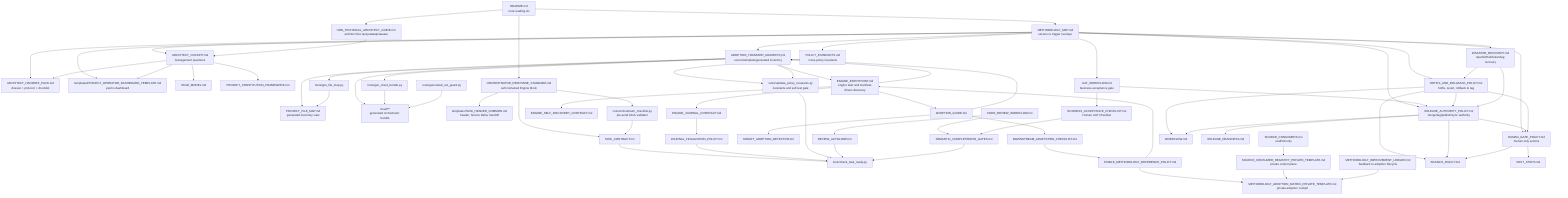
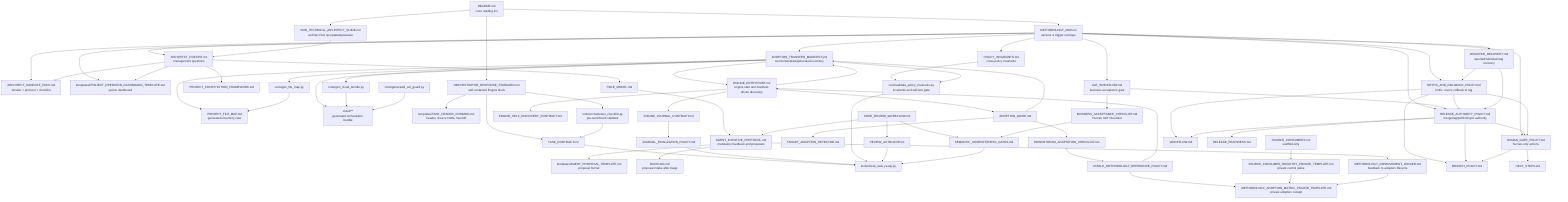
flowchart TB
  README["README.md<br/>Core reading-list"]
  MAP["METHODOLOGY_MAP.md<br/>каталог и trigger overlays"]
  MANIFEST["ADOPTION_TRANSFER_MANIFEST.yml<br/>source/template/generated inventory"]
  FILEMAP["PROJECT_FILE_MAP.md<br/>generated inventory view"]
  CLOUD["cloud/**<br/>generated orchestrator bundle"]
  NONTECH["NON_TECHNICAL_ARCHITECT_GUIDE.md<br/>architect без программирования"]
  COCKPIT["ARCHITECT_COCKPIT.md<br/>management questions"]
  HANDOFF["ARCHITECT_HANDOFF_PACK.md<br/>dossier + protocol + checklist"]
  OPDASH["templates/PROJECT_OPERATOR_DASHBOARD_TEMPLATE.md<br/>yes/no dashboard"]
  ROLE["ROLE_MODEL.md"]
+   INITIATIVE["AGENT_INITIATIVE_PROTOCOL.md<br/>mandatory feedback and proposals"]
+   PROPOSALTPL["templates/AGENT_PROPOSAL_TEMPLATE.md<br/>proposal format"]
+   BACKLOG["BACKLOG.md<br/>proposal intake after triage"]
  CONSTITUTION["PROJECT_CONSTITUTION_FRAMEWORK.md"]

  ORCH["ORCHESTRATOR_RESPONSE_STANDARD.md<br/>self-contained Engine block"]
  TASKHEADER["templates/TASK_HEADER_COMMON.md<br/>header, Source Delta, handoff"]
  ORCHCHECK["tools/orchestrator_checklist.py<br/>pre-send block validator"]

  ENTRY["ENGINE_ENTRYPOINT.md<br/>engine start and manifest-driven discovery"]
  SELF["ENGINE_SELF_DISCOVERY_CONTRACT.md"]
  TASKCONTRACT["TASK_CONTRACT.md"]
  JOURNAL["ENGINE_JOURNAL_CONTRACT.md"]
  FINALIZE["JOURNAL_FINALIZATION_POLICY.md"]
  READY["tools/check_task_ready.py"]
  POLICYINV["POLICY_INVARIANTS.md<br/>cross-policy invariants"]
  POLICYCHECK["tools/validate_policy_invariants.py<br/>invariants and self-test gate"]

  ADOPT["ADOPTION_GUIDE.md"]
  DETECTOR["TARGET_ADOPTION_DETECTOR.md"]
  CHECKLIST["DOWNSTREAM_ADAPTATION_CHECKLIST.md"]
  STABLE["STABLE_METHODOLOGY_REFERENCE_POLICY.md"]
  SOURCECONSUMERS["SOURCE_CONSUMERS.md<br/>scaffold-only"]
  PRIVREG["SOURCE_CONSUMER_REGISTRY_PRIVATE_TEMPLATE.md<br/>private control plane"]
  ADOPTIONMATRIX["METHODOLOGY_ADOPTION_MATRIX_PRIVATE_TEMPLATE.md<br/>private adoption cockpit"]
  MIRLEDGER["METHODOLOGY_IMPROVEMENT_LEDGER.md<br/>feedback to adoption lifecycle"]

  REVIEW["CODE_REVIEW_WORKFLOW.md"]
  AUTOLOOP["REVIEW_AUTOLOOP.md"]
  SEMANTIC["SEMANTIC_COMPLETENESS_GATES.md"]

  RELEASEAUTH["RELEASE_AUTHORITY_POLICY.md<br/>merge/tag/publish/sync authority"]
  HUMANGATE["HUMAN_GATE_POLICY.md<br/>human-only actions"]
  UAT["UAT_WORKFLOW.md<br/>business acceptance gate"]
  UATCHECK["BUSINESS_ACCEPTANCE_CHECKLIST.md<br/>Human UAT Checklist"]
  HOTFIX["HOTFIX_AND_ROLLBACK_POLICY.md<br/>hotfix, revert, rollback to tag"]
  DR["DISASTER_RECOVERY.md<br/>repo/GitHub/token/tag recovery"]
  BRANCH["BRANCH_POLICY.md"]
  WORKFLOW["WORKFLOW.md"]
  READINESS["RELEASE_READINESS.md"]
  NEXT["NEXT_STEPS.md"]

  GENMAP["tools/gen_file_map.py"]
  GENCLOUD["tools/gen_cloud_bundle.py"]
  EOL["tools/generated_eol_guard.py"]

  README --> MAP
  README --> NONTECH
  README --> ORCH
  MAP --> MANIFEST
  MAP --> COCKPIT
  MAP --> HANDOFF
  MAP --> OPDASH
  NONTECH --> COCKPIT
  COCKPIT --> HANDOFF
  COCKPIT --> OPDASH
  COCKPIT --> ROLE
+   ROLE --> INITIATIVE
+   INITIATIVE --> PROPOSALTPL
+   INITIATIVE --> BACKLOG
  COCKPIT --> CONSTITUTION
  MANIFEST --> FILEMAP
  MANIFEST --> CLOUD
  MANIFEST --> ENTRY

  ORCH --> TASKHEADER
  ORCH --> ORCHCHECK
  ORCH --> TASKCONTRACT
  ORCHCHECK --> TASKCONTRACT

  ENTRY --> SELF
  ENTRY --> MANIFEST
  ENTRY --> ADOPT
  ENTRY --> JOURNAL
  TASKCONTRACT --> READY
  JOURNAL --> FINALIZE
  FINALIZE --> READY
  POLICYINV --> POLICYCHECK
  POLICYCHECK --> READY

  ADOPT --> DETECTOR
  ADOPT --> MANIFEST
  ADOPT --> CHECKLIST
  CHECKLIST --> STABLE
  STABLE --> ENTRY
  STABLE --> ADOPTIONMATRIX
  SOURCECONSUMERS --> PRIVREG
  PRIVREG --> ADOPTIONMATRIX
+   INITIATIVE --> MIRLEDGER
  MIRLEDGER --> ADOPTIONMATRIX

  REVIEW --> AUTOLOOP
  REVIEW --> SEMANTIC
+   REVIEW --> INITIATIVE
  AUTOLOOP --> READY
  SEMANTIC --> READY

  MAP --> RELEASEAUTH
  MAP --> POLICYINV
  MAP --> HUMANGATE
  MAP --> UAT
  MAP --> HOTFIX
  MAP --> DR
  RELEASEAUTH --> HUMANGATE
  UAT --> UATCHECK
  UAT --> RELEASEAUTH
  UATCHECK --> SEMANTIC
  HOTFIX --> RELEASEAUTH
  HOTFIX --> HUMANGATE
  HOTFIX --> BRANCH
  HOTFIX --> WORKFLOW
  DR --> HOTFIX
  DR --> RELEASEAUTH
  RELEASEAUTH --> BRANCH
  RELEASEAUTH --> WORKFLOW
  RELEASEAUTH --> READINESS
  HUMANGATE --> BRANCH
  HUMANGATE --> NEXT

  MANIFEST --> GENMAP
  MANIFEST --> GENCLOUD
  MANIFEST --> POLICYCHECK
  GENMAP --> FILEMAP
  GENCLOUD --> CLOUD
  EOL --> CLOUD
